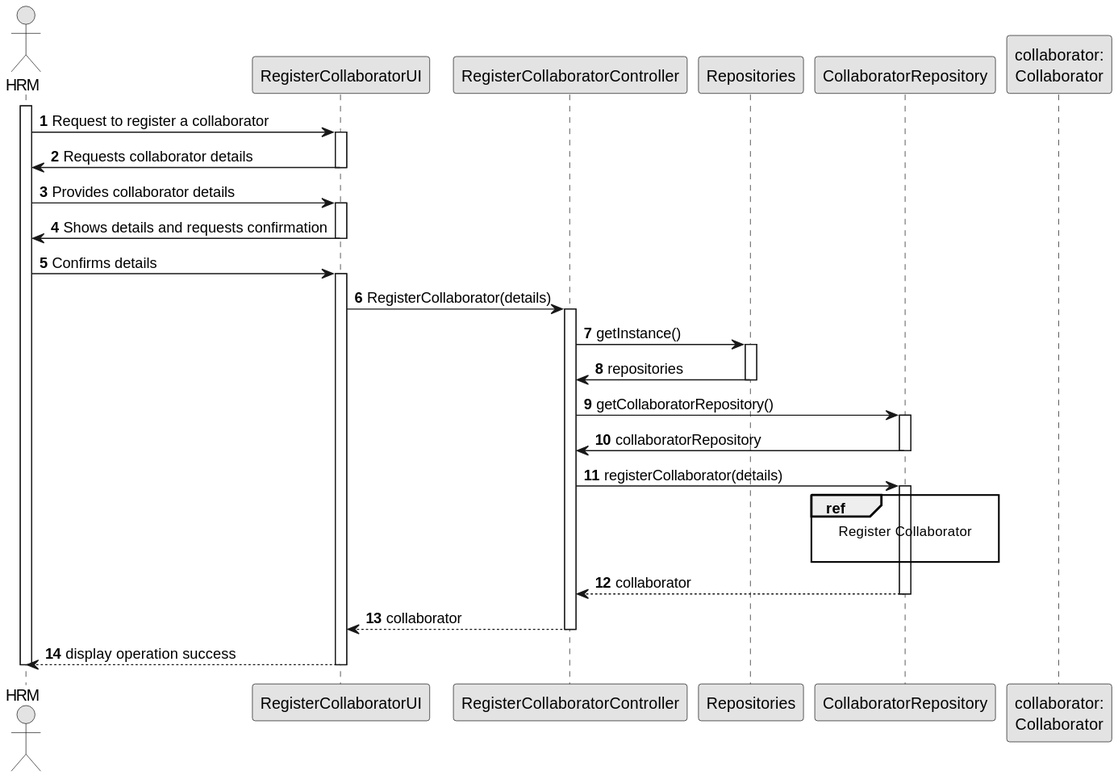
The PlantUML diagram docs/sprintB/us003/03.design/svg/us003-sequence-diagram-split.svg in diogoveirospro/lei-24-s2-1dg-g072, before a commit.
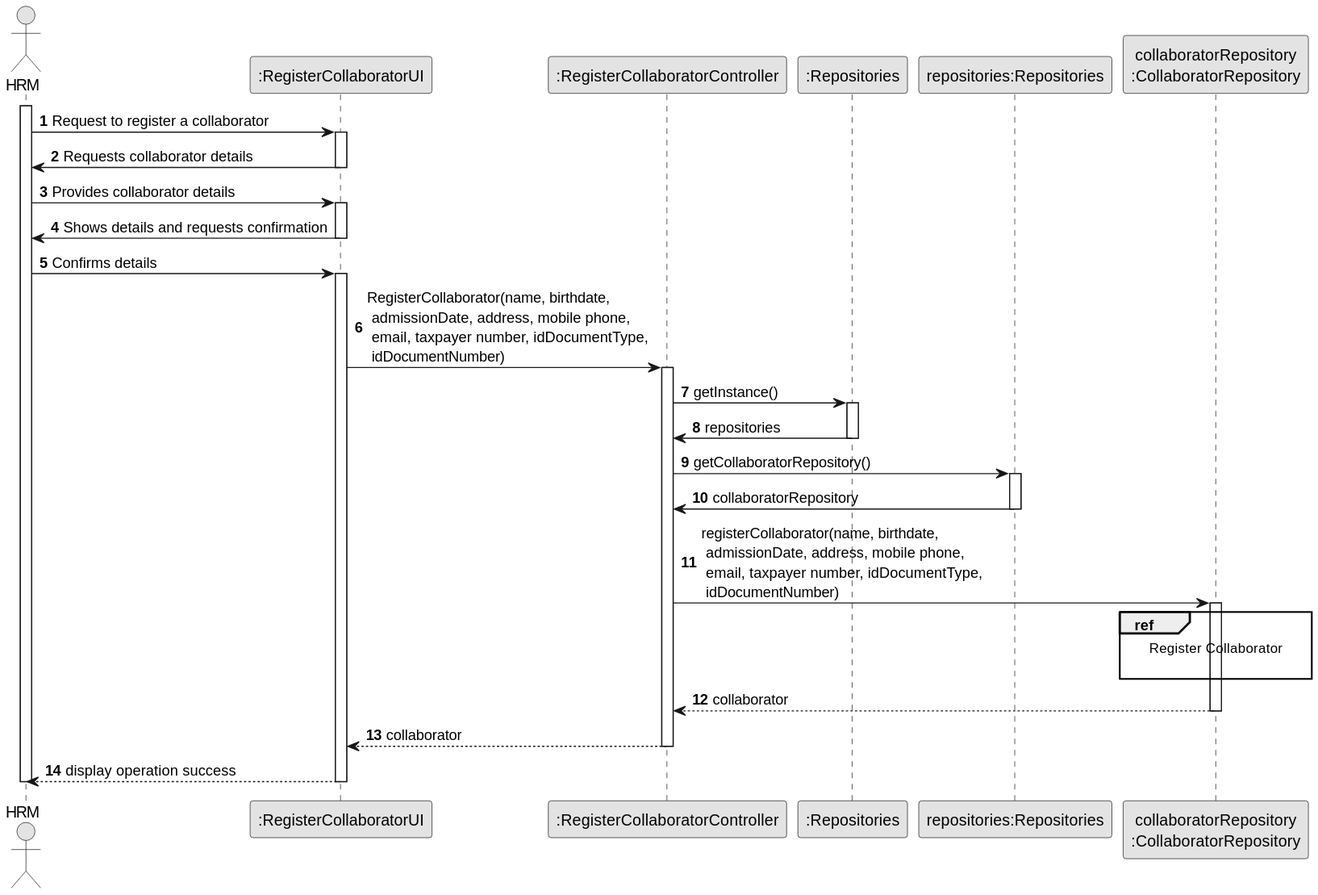
Later version of the same file.

The edit, as a diff of the source:
```diff
@@ -5,11 +5,11 @@
 
 autonumber
 actor HRM
-participant RegisterCollaboratorUI
-participant RegisterCollaboratorController
-participant Repositories
-participant CollaboratorRepository
-participant "collaborator:\nCollaborator" as collaborator
+participant ":RegisterCollaboratorUI" as RegisterCollaboratorUI
+participant ":RegisterCollaboratorController" as RegisterCollaboratorController
+participant ":Repositories" as REP
+participant "repositories:Repositories" as repositories
+participant "collaboratorRepository\n:CollaboratorRepository" as CollaboratorRepository
 
 activate HRM
 HRM -> RegisterCollaboratorUI: Request to register a collaborator
@@ -22,17 +22,17 @@
 deactivate RegisterCollaboratorUI
 HRM -> RegisterCollaboratorUI: Confirms details
 activate RegisterCollaboratorUI
-RegisterCollaboratorUI -> RegisterCollaboratorController: RegisterCollaborator(details)
+RegisterCollaboratorUI -> RegisterCollaboratorController: RegisterCollaborator(name, birthdate,\n admissionDate, address, mobile phone,\n email, taxpayer number, idDocumentType,\n idDocumentNumber)
 activate RegisterCollaboratorController
-RegisterCollaboratorController -> Repositories: getInstance()
-activate Repositories
-Repositories -> RegisterCollaboratorController: repositories
-deactivate Repositories
-RegisterCollaboratorController -> CollaboratorRepository: getCollaboratorRepository()
-activate CollaboratorRepository
-CollaboratorRepository -> RegisterCollaboratorController: collaboratorRepository
-deactivate CollaboratorRepository
-RegisterCollaboratorController -> CollaboratorRepository: registerCollaborator(details)
+RegisterCollaboratorController -> REP: getInstance()
+activate REP
+REP -> RegisterCollaboratorController: repositories
+deactivate REP
+RegisterCollaboratorController -> repositories: getCollaboratorRepository()
+activate repositories
+repositories -> RegisterCollaboratorController: collaboratorRepository
+deactivate repositories
+RegisterCollaboratorController -> CollaboratorRepository: registerCollaborator(name, birthdate,\n admissionDate, address, mobile phone,\n email, taxpayer number, idDocumentType,\n idDocumentNumber)
 activate CollaboratorRepository
         ref over CollaboratorRepository
             Register Collaborator
```
